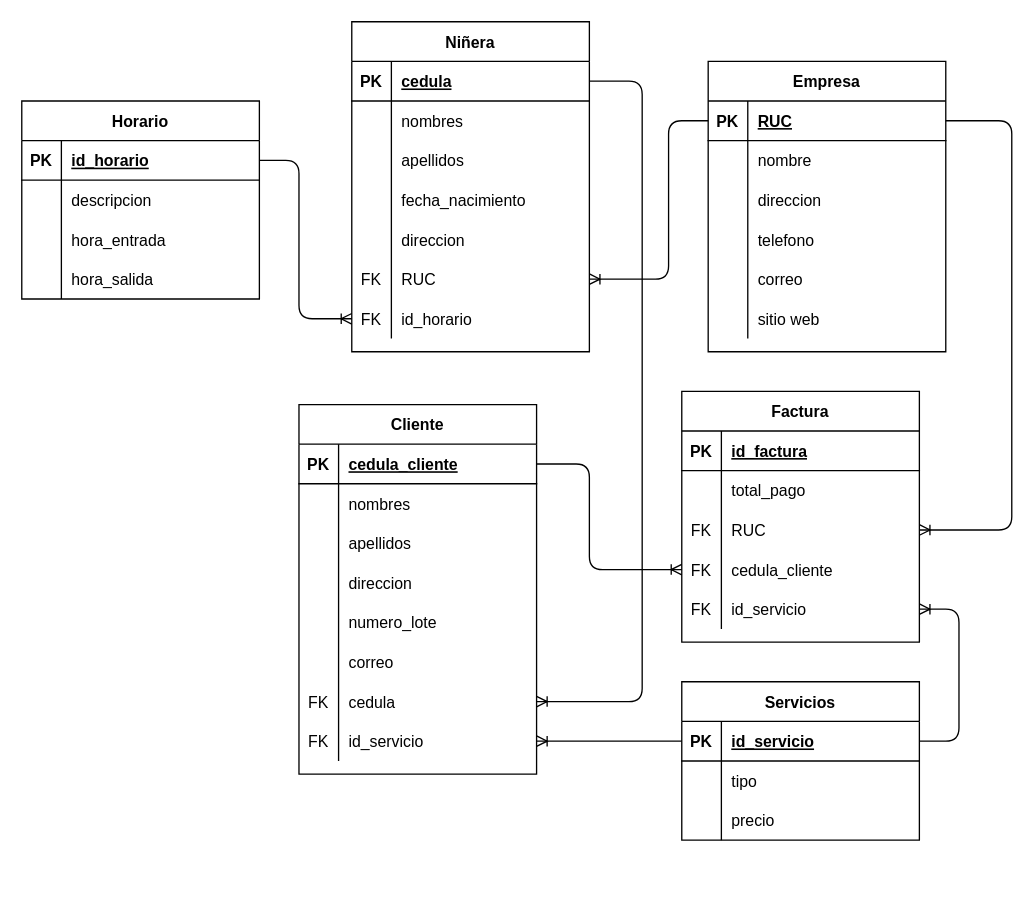
This is Untitled Diagram.drawio from PaxAuz15/GCS-HotelCieloMar, a draw.io file, before an edit. Source tidied: cells renumbered, new cells numbered last; positions are measured from the earlier drawing's top-left corner, leaving out a move shared by most shapes. Both pictures are drawn from the tidied source at 132%, with x=0, y=0 at pixel (21, 21).
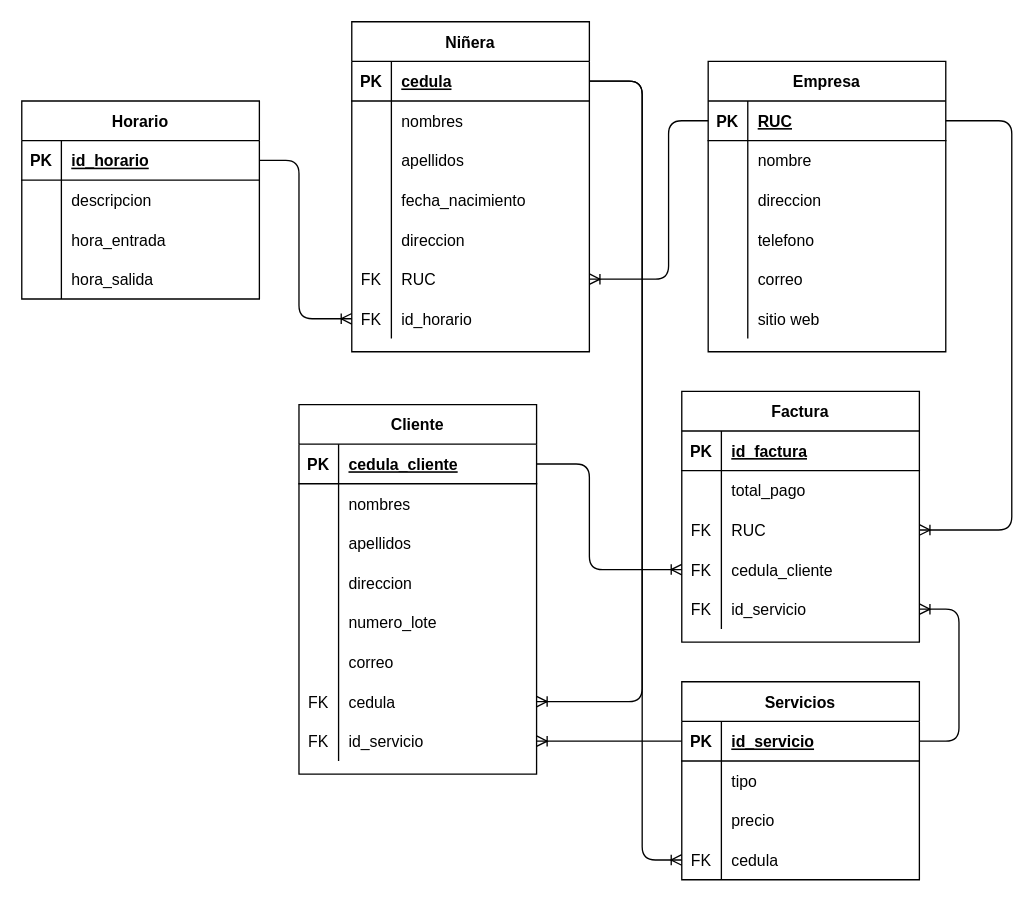
Above is the later version.

The change refers to these unchanged cells:
```xml
<mxCell id="22" style="shape=partialRectangle;fillColor=none;top=0;left=0;bottom=1;right=0;points=[[0,0.5],[1,0.5]];portConstraint=eastwest;" parent="21" vertex="1">
  <mxGeometry y="30" width="180" height="30" as="geometry" />
</mxCell>
```

Change to the diagram source:
```diff
@@
     <mxCell id="43" value="Servicios" style="shape=table;startSize=30;childLayout=tableLayout;rowLines=0;fontStyle=1;align=center;" parent="1" vertex="1">
-      <mxGeometry x="500" y="500" width="180" height="120" as="geometry" />
+      <mxGeometry x="500" y="500" width="180" height="150" as="geometry" />
     </mxCell>
@@
+    <mxCell id="114" style="shape=partialRectangle;fillColor=none;top=0;left=0;bottom=0;right=0;points=[[0,0.5],[1,0.5]];portConstraint=eastwest;" parent="43" vertex="1">
+      <mxGeometry y="120" width="180" height="30" as="geometry" />
+    </mxCell>
+    <mxCell id="115" value="FK" style="shape=partialRectangle;fillColor=none;top=0;left=0;bottom=0;right=0;overflow=hidden;" parent="114" vertex="1">
+      <mxGeometry width="30" height="30" as="geometry" />
+    </mxCell>
+    <mxCell id="116" value="cedula" style="shape=partialRectangle;fillColor=none;top=0;left=0;bottom=0;right=0;align=left;spacingLeft=6;overflow=hidden;" parent="114" vertex="1">
+      <mxGeometry x="30" width="150" height="30" as="geometry" />
+    </mxCell>
@@
+    <mxCell id="117" style="fontSize=12;html=1;endArrow=ERoneToMany;entryX=0;entryY=0.5;entryDx=0;entryDy=0;exitX=1;exitY=0.5;exitDx=0;exitDy=0;" parent="1" edge="1" source="22" target="114">
+      <mxGeometry relative="1" as="geometry">
+        <Array as="points">
+          <mxPoint x="470" y="45" />
+          <mxPoint x="470" y="635" />
+        </Array>
+      </mxGeometry>
+    </mxCell>
```
